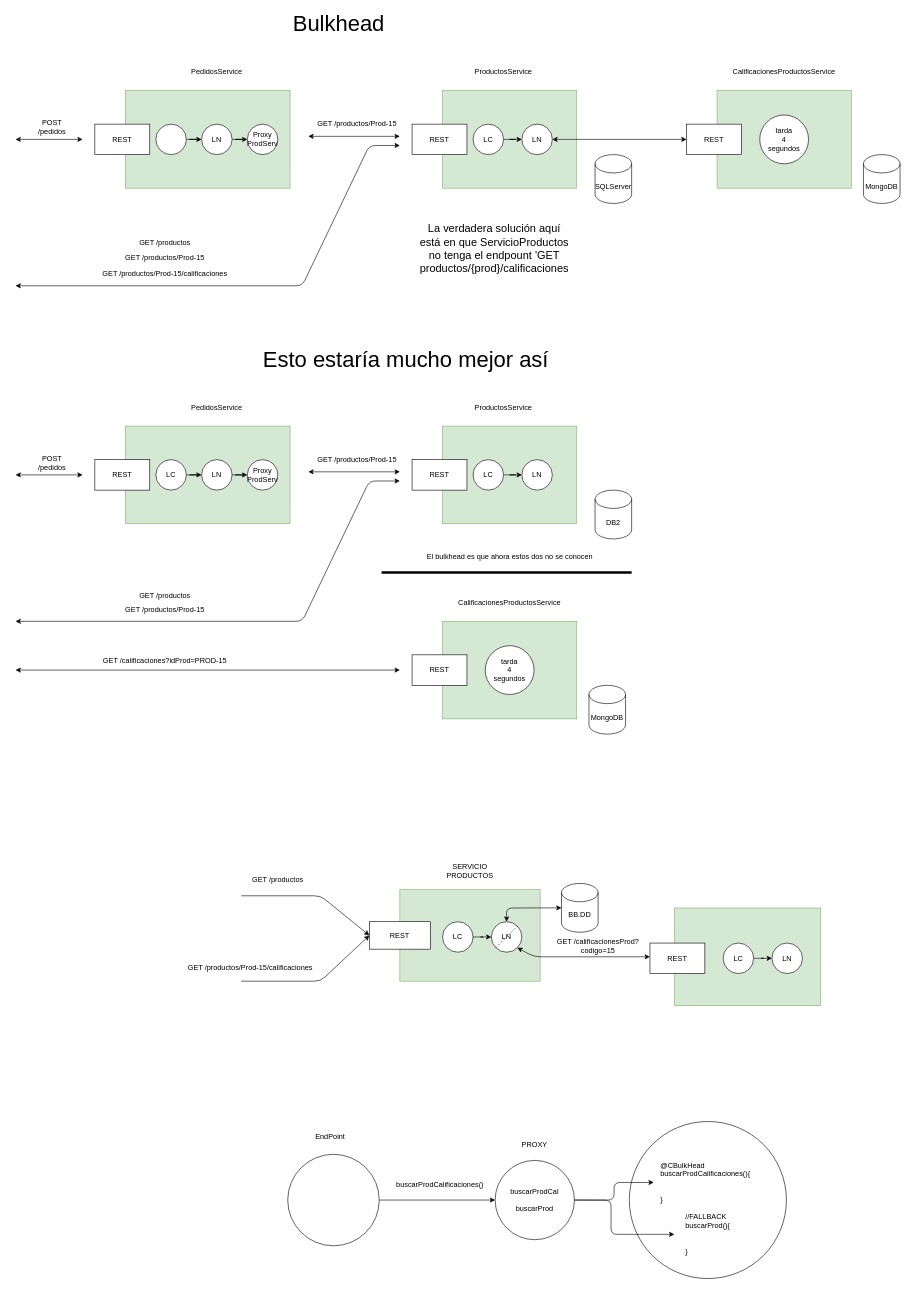
Earlier version of the draw.io diagram page "Página-18" (19 of 34) of patrones_2022_5.drawio (lrag/Patrones). Source tidied: cells renumbered, new cells numbered last; positions are measured from the earlier drawing's top-left corner, leaving out a move shared by most shapes. Both pictures are drawn from the tidied source at 61%, with x=0, y=0 at pixel (15, 17).
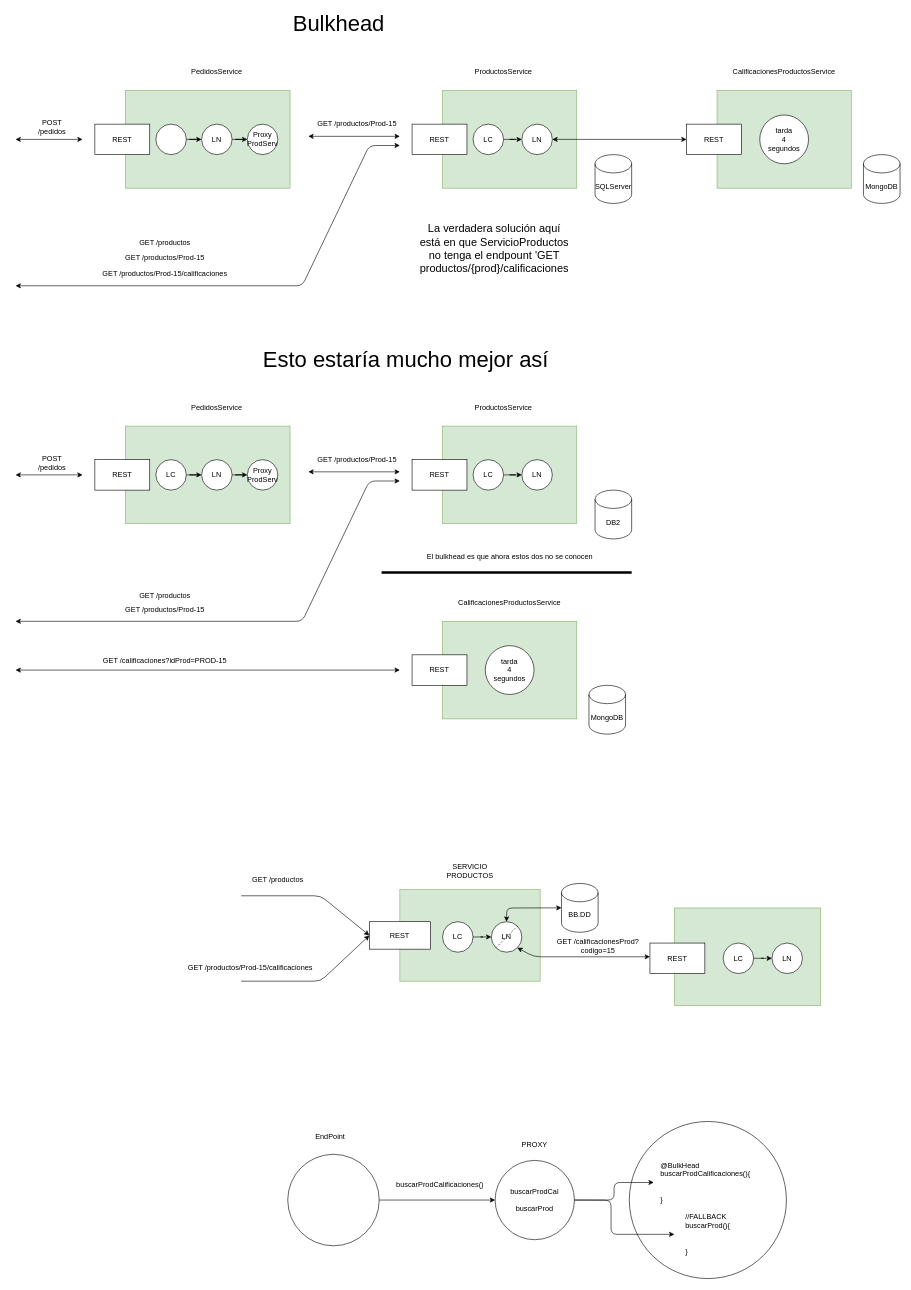
Above is the later version.

What changed in the source:
```diff
@@
-    <mxCell id="45" value="&lt;div style=&quot;text-align: left&quot;&gt;&lt;span&gt;@CBulkHead&lt;/span&gt;&lt;/div&gt;&lt;div style=&quot;text-align: left&quot;&gt;&lt;span&gt;buscarProdCalificaciones(){&lt;/span&gt;&lt;/div&gt;&lt;div style=&quot;text-align: left&quot;&gt;&lt;br&gt;&lt;/div&gt;&lt;div style=&quot;text-align: left&quot;&gt;&lt;br&gt;&lt;/div&gt;&lt;div style=&quot;text-align: left&quot;&gt;&lt;span&gt;}&lt;/span&gt;&lt;/div&gt;" style="text;html=1;strokeColor=none;fillColor=none;align=center;verticalAlign=middle;whiteSpace=wrap;rounded=0;" parent="1" vertex="1">
+    <mxCell id="45" value="&lt;div style=&quot;text-align: left&quot;&gt;&lt;span&gt;@BulkHead&lt;/span&gt;&lt;/div&gt;&lt;div style=&quot;text-align: left&quot;&gt;&lt;span&gt;buscarProdCalificaciones(){&lt;/span&gt;&lt;/div&gt;&lt;div style=&quot;text-align: left&quot;&gt;&lt;br&gt;&lt;/div&gt;&lt;div style=&quot;text-align: left&quot;&gt;&lt;br&gt;&lt;/div&gt;&lt;div style=&quot;text-align: left&quot;&gt;&lt;span&gt;}&lt;/span&gt;&lt;/div&gt;" style="text;html=1;strokeColor=none;fillColor=none;align=center;verticalAlign=middle;whiteSpace=wrap;rounded=0;" parent="1" vertex="1">
       <mxGeometry x="1046.2" y="1870" width="170" height="80" as="geometry" />
     </mxCell>
```
